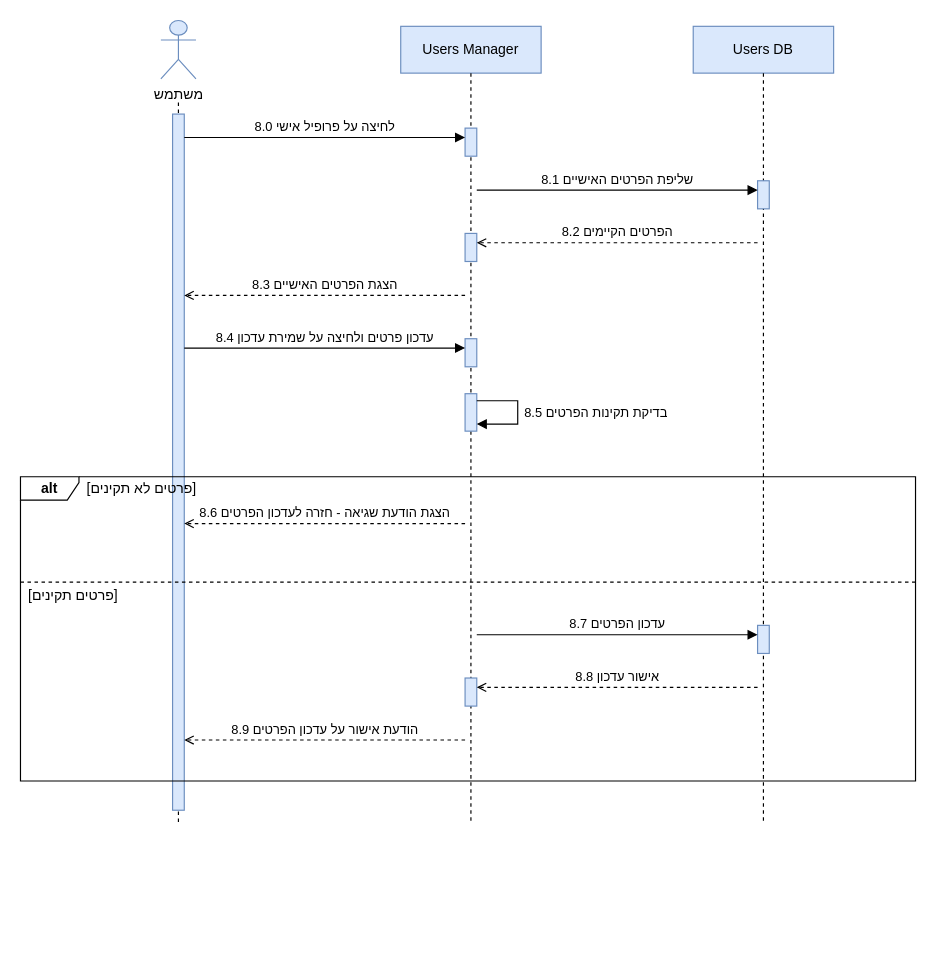
Before: diagrams/SEQ-SUC-8.drawio in arielkaplan20/project_Golden_Hair_Salon, a draw.io diagram. Source tidied: cells renumbered, new cells numbered last; positions are measured from the earlier drawing's top-left corner, leaving out a move shared by most shapes. Both pictures are drawn from the tidied source at 117%, with x=0, y=0 at pixel (20, 20).
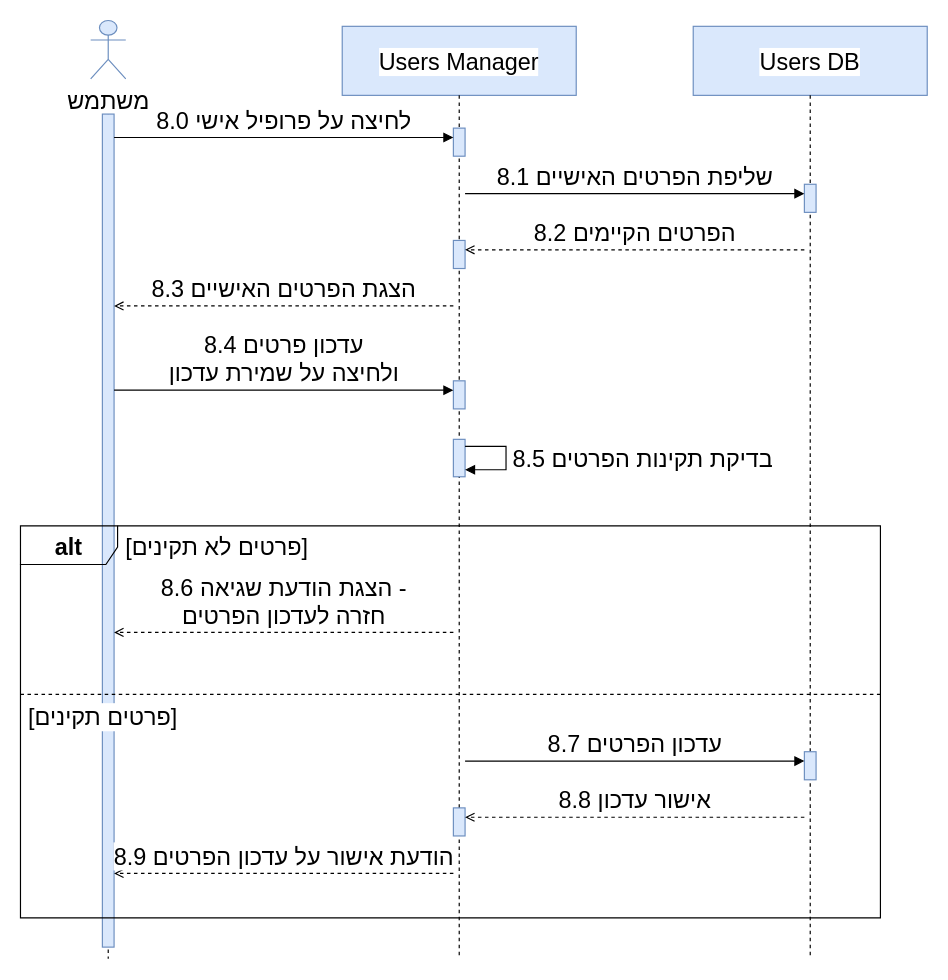
The same page after the edit.

The edit, as a diff of the source:
```diff
@@
-    <mxCell id="2" value="משתמש" style="shape=umlActor;verticalLabelPosition=bottom;verticalAlign=top;html=1;fillColor=#dae8fc;strokeColor=#6c8ebf;" parent="1" vertex="1">
-      <mxGeometry x="120" width="30" height="50" as="geometry" />
+    <mxCell id="2" value="משתמש" style="shape=umlActor;verticalLabelPosition=bottom;verticalAlign=top;html=1;fillColor=#dae8fc;strokeColor=#6c8ebf;fontSize=20;labelBackgroundColor=#ffffff;" parent="1" vertex="1">
+      <mxGeometry x="60" width="30" height="50" as="geometry" />
     </mxCell>
-    <mxCell id="3" value="Users Manager" style="rounded=0;whiteSpace=wrap;html=1;fillColor=#dae8fc;strokeColor=#6c8ebf;" parent="1" vertex="1">
-      <mxGeometry x="325" y="5" width="120" height="40" as="geometry" />
+    <mxCell id="3" value="Users Manager" style="rounded=0;whiteSpace=wrap;html=1;fillColor=#dae8fc;strokeColor=#6c8ebf;fontSize=20;labelBackgroundColor=#ffffff;" parent="1" vertex="1">
+      <mxGeometry x="275" y="5" width="200" height="59" as="geometry" />
     </mxCell>
-    <mxCell id="4" value="Users DB" style="rounded=0;whiteSpace=wrap;html=1;fillColor=#dae8fc;strokeColor=#6c8ebf;" parent="1" vertex="1">
-      <mxGeometry x="575" y="5" width="120" height="40" as="geometry" />
+    <mxCell id="4" value="Users DB" style="rounded=0;whiteSpace=wrap;html=1;fillColor=#dae8fc;strokeColor=#6c8ebf;fontSize=20;labelBackgroundColor=#ffffff;" parent="1" vertex="1">
+      <mxGeometry x="575" y="5" width="200" height="59" as="geometry" />
     </mxCell>
     <mxCell id="5" style="endArrow=none;html=1;dashed=1;strokeColor=#000000;" parent="1" edge="1">
       <mxGeometry relative="1" as="geometry">
-        <mxPoint x="135" y="70" as="sourcePoint" />
-        <mxPoint x="135" y="685" as="targetPoint" />
+        <mxPoint x="75" y="80" as="sourcePoint" />
+        <mxPoint x="75" y="802" as="targetPoint" />
       </mxGeometry>
     </mxCell>
     <mxCell id="6" style="rounded=0;html=1;fillColor=#dae8fc;strokeColor=#6c8ebf;" parent="1" vertex="1">
-      <mxGeometry x="130" y="80" width="10" height="595" as="geometry" />
+      <mxGeometry x="70" y="80" width="10" height="712" as="geometry" />
     </mxCell>
     <mxCell id="7" style="endArrow=none;html=1;dashed=1;strokeColor=#000000;" parent="1" edge="1">
       <mxGeometry relative="1" as="geometry">
-        <mxPoint x="385" y="45" as="sourcePoint" />
-        <mxPoint x="385" y="685" as="targetPoint" />
+        <mxPoint x="375" y="64" as="sourcePoint" />
+        <mxPoint x="375" y="802" as="targetPoint" />
       </mxGeometry>
     </mxCell>
     <mxCell id="8" style="endArrow=none;html=1;dashed=1;strokeColor=#000000;" parent="1" edge="1">
       <mxGeometry relative="1" as="geometry">
-        <mxPoint x="635" y="45" as="sourcePoint" />
-        <mxPoint x="635" y="685" as="targetPoint" />
+        <mxPoint x="675" y="64" as="sourcePoint" />
+        <mxPoint x="675" y="802" as="targetPoint" />
       </mxGeometry>
     </mxCell>
     <mxCell id="9" style="rounded=0;html=1;fillColor=#dae8fc;strokeColor=#6c8ebf;" parent="1" vertex="1">
-      <mxGeometry x="380" y="92" width="10" height="24" as="geometry" />
+      <mxGeometry x="370" y="92" width="10" height="24" as="geometry" />
     </mxCell>
     <mxCell id="10" style="rounded=0;html=1;fillColor=#dae8fc;strokeColor=#6c8ebf;" parent="1" vertex="1">
-      <mxGeometry x="630" y="137" width="10" height="24" as="geometry" />
+      <mxGeometry x="670" y="140" width="10" height="24" as="geometry" />
     </mxCell>
     <mxCell id="11" style="rounded=0;html=1;fillColor=#dae8fc;strokeColor=#6c8ebf;" parent="1" vertex="1">
-      <mxGeometry x="380" y="182" width="10" height="24" as="geometry" />
+      <mxGeometry x="370" y="188" width="10" height="24" as="geometry" />
     </mxCell>
     <mxCell id="12" style="rounded=0;html=1;fillColor=#dae8fc;strokeColor=#6c8ebf;" parent="1" vertex="1">
-      <mxGeometry x="380" y="272" width="10" height="24" as="geometry" />
+      <mxGeometry x="370" y="308" width="10" height="24" as="geometry" />
     </mxCell>
     <mxCell id="13" style="rounded=0;html=1;fillColor=#dae8fc;strokeColor=#6c8ebf;" parent="1" vertex="1">
-      <mxGeometry x="380" y="319" width="10" height="32" as="geometry" />
+      <mxGeometry x="370" y="358" width="10" height="32" as="geometry" />
     </mxCell>
     <mxCell id="14" style="rounded=0;html=1;fillColor=#dae8fc;strokeColor=#6c8ebf;" parent="1" vertex="1">
-      <mxGeometry x="630" y="517" width="10" height="24" as="geometry" />
+      <mxGeometry x="670" y="625" width="10" height="24" as="geometry" />
     </mxCell>
     <mxCell id="15" style="rounded=0;html=1;fillColor=#dae8fc;strokeColor=#6c8ebf;" parent="1" vertex="1">
-      <mxGeometry x="380" y="562" width="10" height="24" as="geometry" />
+      <mxGeometry x="370" y="673" width="10" height="24" as="geometry" />
     </mxCell>
-    <mxCell id="16" value="&lt;b&gt;alt&lt;/b&gt;" style="shape=umlFrame;whiteSpace=wrap;html=1;width=50;height=20;fillColor=none;" parent="1" vertex="1">
-      <mxGeometry y="390" width="765" height="260" as="geometry" />
+    <mxCell id="16" value="&lt;b&gt;alt&lt;/b&gt;" style="shape=umlFrame;whiteSpace=wrap;html=1;width=83;height=33;fillColor=none;fontSize=20;labelBackgroundColor=#ffffff;" parent="1" vertex="1">
+      <mxGeometry y="432" width="735" height="335" as="geometry" />
     </mxCell>
-    <mxCell id="17" value="[פרטים לא תקינים]" style="text;html=1;align=left;verticalAlign=middle;whiteSpace=nowrap;fillColor=none;strokeColor=none;" parent="1" vertex="1">
-      <mxGeometry x="55" y="390" width="300" height="20" as="geometry" />
+    <mxCell id="17" value="&lt;span style='background:#ffffff'&gt;[פרטים לא תקינים]&lt;/span&gt;" style="text;html=1;align=left;verticalAlign=middle;whiteSpace=nowrap;fillColor=none;strokeColor=none;fontSize=20;labelBackgroundColor=#ffffff;" parent="1" vertex="1">
+      <mxGeometry x="88" y="432" width="400" height="33" as="geometry" />
     </mxCell>
     <mxCell id="18" style="endArrow=none;html=1;dashed=1;" parent="1" edge="1">
       <mxGeometry relative="1" as="geometry">
-        <mxPoint y="480" as="sourcePoint" />
-        <mxPoint x="765" y="480" as="targetPoint" />
+        <mxPoint y="576" as="sourcePoint" />
+        <mxPoint x="735" y="576" as="targetPoint" />
       </mxGeometry>
     </mxCell>
-    <mxCell id="19" value="[פרטים תקינים]" style="text;html=1;align=left;verticalAlign=middle;whiteSpace=nowrap;fillColor=none;strokeColor=none;" parent="1" vertex="1">
-      <mxGeometry x="5" y="482" width="300" height="20" as="geometry" />
+    <mxCell id="19" value="&lt;span style='background:#ffffff'&gt;[פרטים תקינים]&lt;/span&gt;" style="text;html=1;align=left;verticalAlign=middle;whiteSpace=nowrap;fillColor=none;strokeColor=none;fontSize=20;labelBackgroundColor=#ffffff;" parent="1" vertex="1">
+      <mxGeometry x="5" y="578" width="400" height="33" as="geometry" />
     </mxCell>
-    <mxCell id="20" value="8.0 לחיצה על פרופיל אישי" style="endArrow=block;endFill=1;html=1;rounded=0;verticalAlign=bottom;labelBackgroundColor=none;" parent="1" edge="1">
+    <mxCell id="20" value="8.0 לחיצה על פרופיל אישי" style="endArrow=block;endFill=1;html=1;rounded=0;verticalAlign=bottom;labelBackgroundColor=none;fontSize=20;labelBackgroundColor=#ffffff;" parent="1" edge="1">
       <mxGeometry relative="1" as="geometry">
-        <mxPoint x="140" y="100" as="sourcePoint" />
-        <mxPoint x="380" y="100" as="targetPoint" />
+        <mxPoint x="80" y="100" as="sourcePoint" />
+        <mxPoint x="370" y="100" as="targetPoint" />
       </mxGeometry>
     </mxCell>
-    <mxCell id="21" value="8.1 שליפת הפרטים האישיים" style="endArrow=block;endFill=1;html=1;rounded=0;verticalAlign=bottom;labelBackgroundColor=none;" parent="1" edge="1">
+    <mxCell id="21" value="8.1 שליפת הפרטים האישיים" style="endArrow=block;endFill=1;html=1;rounded=0;verticalAlign=bottom;labelBackgroundColor=none;fontSize=20;labelBackgroundColor=#ffffff;" parent="1" edge="1">
       <mxGeometry relative="1" as="geometry">
-        <mxPoint x="390" y="145" as="sourcePoint" />
-        <mxPoint x="630" y="145" as="targetPoint" />
+        <mxPoint x="380" y="148" as="sourcePoint" />
+        <mxPoint x="670" y="148" as="targetPoint" />
       </mxGeometry>
     </mxCell>
-    <mxCell id="22" value="8.2 הפרטים הקיימים" style="endArrow=open;endFill=0;html=1;rounded=0;dashed=1;verticalAlign=bottom;labelBackgroundColor=none;" parent="1" edge="1">
+    <mxCell id="22" value="8.2 הפרטים הקיימים" style="endArrow=open;endFill=0;html=1;rounded=0;dashed=1;verticalAlign=bottom;labelBackgroundColor=none;fontSize=20;labelBackgroundColor=#ffffff;" parent="1" edge="1">
       <mxGeometry relative="1" as="geometry">
-        <mxPoint x="630" y="190" as="sourcePoint" />
-        <mxPoint x="390" y="190" as="targetPoint" />
+        <mxPoint x="670" y="196" as="sourcePoint" />
+        <mxPoint x="380" y="196" as="targetPoint" />
       </mxGeometry>
     </mxCell>
-    <mxCell id="23" value="8.3 הצגת הפרטים האישיים" style="endArrow=open;endFill=0;html=1;rounded=0;dashed=1;verticalAlign=bottom;labelBackgroundColor=none;" parent="1" edge="1">
+    <mxCell id="23" value="8.3 הצגת הפרטים האישיים" style="endArrow=open;endFill=0;html=1;rounded=0;dashed=1;verticalAlign=bottom;labelBackgroundColor=none;fontSize=20;labelBackgroundColor=#ffffff;" parent="1" edge="1">
       <mxGeometry relative="1" as="geometry">
-        <mxPoint x="380" y="235" as="sourcePoint" />
-        <mxPoint x="140" y="235" as="targetPoint" />
+        <mxPoint x="370" y="244" as="sourcePoint" />
+        <mxPoint x="80" y="244" as="targetPoint" />
       </mxGeometry>
     </mxCell>
-    <mxCell id="24" value="8.4 עדכון פרטים ולחיצה על שמירת עדכון" style="endArrow=block;endFill=1;html=1;rounded=0;verticalAlign=bottom;labelBackgroundColor=none;" parent="1" edge="1">
+    <mxCell id="24" value="8.4 עדכון פרטים&lt;br&gt;ולחיצה על שמירת עדכון" style="endArrow=block;endFill=1;html=1;rounded=0;verticalAlign=bottom;labelBackgroundColor=none;fontSize=20;labelBackgroundColor=#ffffff;" parent="1" edge="1">
       <mxGeometry relative="1" as="geometry">
-        <mxPoint x="140" y="280" as="sourcePoint" />
-        <mxPoint x="380" y="280" as="targetPoint" />
+        <mxPoint x="80" y="316" as="sourcePoint" />
+        <mxPoint x="370" y="316" as="targetPoint" />
       </mxGeometry>
     </mxCell>
-    <mxCell id="25" value="8.5 בדיקת תקינות הפרטים" style="endArrow=block;endFill=1;html=1;rounded=0;align=left;spacingLeft=4;labelBackgroundColor=none;" parent="1" edge="1">
+    <mxCell id="25" value="8.5 בדיקת תקינות הפרטים" style="endArrow=block;endFill=1;html=1;rounded=0;align=left;spacingLeft=4;labelBackgroundColor=none;fontSize=20;labelBackgroundColor=#ffffff;" parent="1" edge="1">
       <mxGeometry relative="1" as="geometry">
-        <mxPoint x="390" y="325" as="sourcePoint" />
-        <mxPoint x="390" y="345" as="targetPoint" />
+        <mxPoint x="380" y="364" as="sourcePoint" />
+        <mxPoint x="380" y="384" as="targetPoint" />
         <Array as="points">
-          <mxPoint x="425" y="325" />
-          <mxPoint x="425" y="345" />
+          <mxPoint x="415" y="364" />
+          <mxPoint x="415" y="384" />
         </Array>
       </mxGeometry>
     </mxCell>
-    <mxCell id="26" value="8.6 הצגת הודעת שגיאה - חזרה לעדכון הפרטים" style="endArrow=open;endFill=0;html=1;rounded=0;dashed=1;verticalAlign=bottom;labelBackgroundColor=none;" parent="1" edge="1">
+    <mxCell id="26" value="8.6 הצגת הודעת שגיאה -&lt;br&gt;חזרה לעדכון הפרטים" style="endArrow=open;endFill=0;html=1;rounded=0;dashed=1;verticalAlign=bottom;labelBackgroundColor=none;fontSize=20;labelBackgroundColor=#ffffff;" parent="1" edge="1">
       <mxGeometry relative="1" as="geometry">
-        <mxPoint x="380" y="430" as="sourcePoint" />
-        <mxPoint x="140" y="430" as="targetPoint" />
+        <mxPoint x="370" y="523" as="sourcePoint" />
+        <mxPoint x="80" y="523" as="targetPoint" />
       </mxGeometry>
     </mxCell>
-    <mxCell id="27" value="8.7 עדכון הפרטים" style="endArrow=block;endFill=1;html=1;rounded=0;verticalAlign=bottom;labelBackgroundColor=none;" parent="1" edge="1">
+    <mxCell id="27" value="8.7 עדכון הפרטים" style="endArrow=block;endFill=1;html=1;rounded=0;verticalAlign=bottom;labelBackgroundColor=none;fontSize=20;labelBackgroundColor=#ffffff;" parent="1" edge="1">
       <mxGeometry relative="1" as="geometry">
-        <mxPoint x="390" y="525" as="sourcePoint" />
-        <mxPoint x="630" y="525" as="targetPoint" />
+        <mxPoint x="380" y="633" as="sourcePoint" />
+        <mxPoint x="670" y="633" as="targetPoint" />
       </mxGeometry>
     </mxCell>
-    <mxCell id="28" value="8.8 אישור עדכון" style="endArrow=open;endFill=0;html=1;rounded=0;dashed=1;verticalAlign=bottom;labelBackgroundColor=none;" parent="1" edge="1">
+    <mxCell id="28" value="8.8 אישור עדכון" style="endArrow=open;endFill=0;html=1;rounded=0;dashed=1;verticalAlign=bottom;labelBackgroundColor=none;fontSize=20;labelBackgroundColor=#ffffff;" parent="1" edge="1">
       <mxGeometry relative="1" as="geometry">
-        <mxPoint x="630" y="570" as="sourcePoint" />
-        <mxPoint x="390" y="570" as="targetPoint" />
+        <mxPoint x="670" y="681" as="sourcePoint" />
+        <mxPoint x="380" y="681" as="targetPoint" />
       </mxGeometry>
     </mxCell>
-    <mxCell id="29" value="8.9 הודעת אישור על עדכון הפרטים" style="endArrow=open;endFill=0;html=1;rounded=0;dashed=1;verticalAlign=bottom;labelBackgroundColor=none;" parent="1" edge="1">
+    <mxCell id="29" value="8.9 הודעת אישור על עדכון הפרטים" style="endArrow=open;endFill=0;html=1;rounded=0;dashed=1;verticalAlign=bottom;labelBackgroundColor=none;fontSize=20;labelBackgroundColor=#ffffff;" parent="1" edge="1">
       <mxGeometry relative="1" as="geometry">
-        <mxPoint x="380" y="615" as="sourcePoint" />
-        <mxPoint x="140" y="615" as="targetPoint" />
+        <mxPoint x="370" y="729" as="sourcePoint" />
+        <mxPoint x="80" y="729" as="targetPoint" />
       </mxGeometry>
     </mxCell>
```
